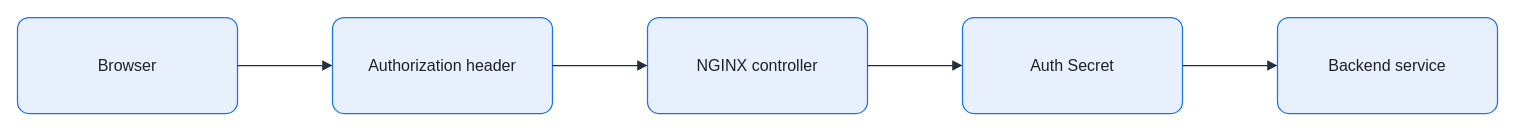
Earlier version of the draw.io diagram assets/img/kubernetes/nginx-basic-auth-flow.drawio (KKamJi98/kkamji98.github.io). Source tidied: cells renumbered, new cells numbered last; positions are measured from the earlier drawing's top-left corner, leaving out a move shared by most shapes. Both pictures are drawn from the tidied source at 100%, with x=0, y=0 at pixel (17, 17).
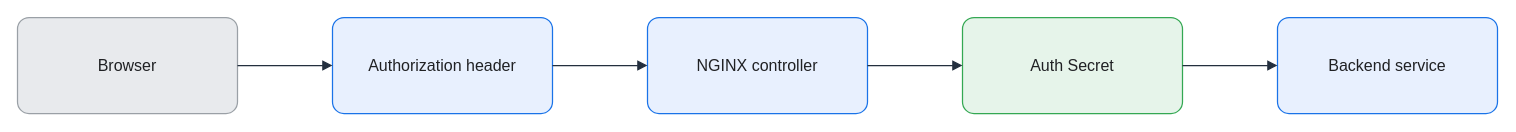
The same diagram, later.

The edit, as a diff of the source:
```diff
@@
 <mxGraphModel background="#FFFFFF">
   <root>
     <mxCell id="0" />
     <mxCell id="1" parent="0" />
-    <mxCell id="2" value="Browser" style="rounded=1;arcSize=12;whiteSpace=wrap;html=0;fillColor=#E8F0FE;strokeColor=#1A73E8;strokeWidth=1.25;fontColor=#202124;fontSize=16;align=center;verticalAlign=middle;spacing=8;shadow=0;" parent="1" vertex="1">
+    <mxCell id="2" value="Browser" style="rounded=1;arcSize=12;whiteSpace=wrap;html=0;fillColor=#E8EAED;strokeColor=#9AA0A6;strokeWidth=1.25;fontColor=#202124;fontSize=16;align=center;verticalAlign=middle;spacing=8;shadow=0;" parent="1" vertex="1">
       <mxGeometry width="220" height="96" as="geometry" />
     </mxCell>
     <mxCell id="3" value="Authorization header" style="rounded=1;arcSize=12;whiteSpace=wrap;html=0;fillColor=#E8F0FE;strokeColor=#1A73E8;strokeWidth=1.25;fontColor=#202124;fontSize=16;align=center;verticalAlign=middle;spacing=8;shadow=0;" parent="1" vertex="1">
       <mxGeometry x="315" width="220" height="96" as="geometry" />
     </mxCell>
     <mxCell id="4" value="NGINX controller" style="rounded=1;arcSize=12;whiteSpace=wrap;html=0;fillColor=#E8F0FE;strokeColor=#1A73E8;strokeWidth=1.25;fontColor=#202124;fontSize=16;align=center;verticalAlign=middle;spacing=8;shadow=0;" parent="1" vertex="1">
       <mxGeometry x="630" width="220" height="96" as="geometry" />
     </mxCell>
-    <mxCell id="5" value="Auth Secret" style="rounded=1;arcSize=12;whiteSpace=wrap;html=0;fillColor=#E8F0FE;strokeColor=#1A73E8;strokeWidth=1.25;fontColor=#202124;fontSize=16;align=center;verticalAlign=middle;spacing=8;shadow=0;" parent="1" vertex="1">
+    <mxCell id="5" value="Auth Secret" style="rounded=1;arcSize=12;whiteSpace=wrap;html=0;fillColor=#E6F4EA;strokeColor=#34A853;strokeWidth=1.25;fontColor=#202124;fontSize=16;align=center;verticalAlign=middle;spacing=8;shadow=0;" parent="1" vertex="1">
       <mxGeometry x="945" width="220" height="96" as="geometry" />
     </mxCell>
     <mxCell id="6" value="Backend service" style="rounded=1;arcSize=12;whiteSpace=wrap;html=0;fillColor=#E8F0FE;strokeColor=#1A73E8;strokeWidth=1.25;fontColor=#202124;fontSize=16;align=center;verticalAlign=middle;spacing=8;shadow=0;" parent="1" vertex="1">
       <mxGeometry x="1260" width="220" height="96" as="geometry" />
     </mxCell>
     <mxCell id="7" style="edgeStyle=orthogonalEdgeStyle;rounded=0;jettySize=auto;html=0;endArrow=block;endFill=1;strokeColor=#232F3E;strokeWidth=1.25;fontColor=#202124;labelBackgroundColor=none;exitX=1;exitY=0.5;exitDx=0;exitDy=0;entryX=0;entryY=0.5;entryDx=0;entryDy=0;endSize=7;" parent="1" edge="1" source="2" target="3">
       <mxGeometry relative="1" as="geometry" />
     </mxCell>
     <mxCell id="8" style="edgeStyle=orthogonalEdgeStyle;rounded=0;jettySize=auto;html=0;endArrow=block;endFill=1;strokeColor=#232F3E;strokeWidth=1.25;fontColor=#202124;labelBackgroundColor=none;exitX=1;exitY=0.5;exitDx=0;exitDy=0;entryX=0;entryY=0.5;entryDx=0;entryDy=0;endSize=7;" parent="1" edge="1" source="3" target="4">
       <mxGeometry relative="1" as="geometry" />
     </mxCell>
     <mxCell id="9" style="edgeStyle=orthogonalEdgeStyle;rounded=0;jettySize=auto;html=0;endArrow=block;endFill=1;strokeColor=#232F3E;strokeWidth=1.25;fontColor=#202124;labelBackgroundColor=none;exitX=1;exitY=0.5;exitDx=0;exitDy=0;entryX=0;entryY=0.5;entryDx=0;entryDy=0;endSize=7;" parent="1" edge="1" source="4" target="5">
       <mxGeometry relative="1" as="geometry" />
     </mxCell>
     <mxCell id="10" style="edgeStyle=orthogonalEdgeStyle;rounded=0;jettySize=auto;html=0;endArrow=block;endFill=1;strokeColor=#232F3E;strokeWidth=1.25;fontColor=#202124;labelBackgroundColor=none;exitX=1;exitY=0.5;exitDx=0;exitDy=0;entryX=0;entryY=0.5;entryDx=0;entryDy=0;endSize=7;" parent="1" edge="1" source="5" target="6">
       <mxGeometry relative="1" as="geometry" />
     </mxCell>
   </root>
 </mxGraphModel>
```
